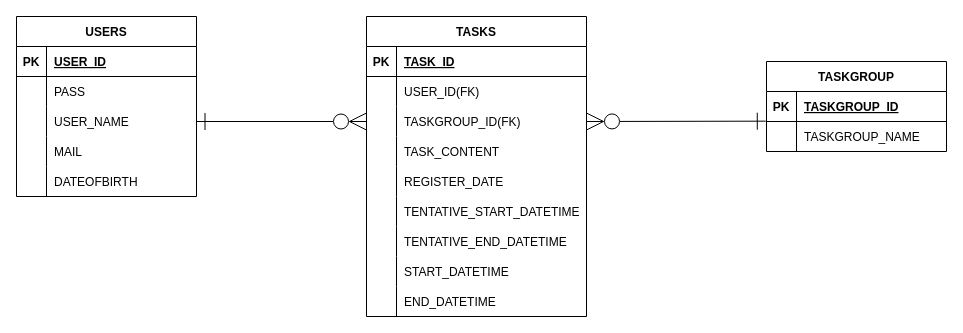
The draw.io diagram page "ER図" (1 of 4) of WorkOptimizer/02.仕様書等/UML(WorkOptimizer).drawio in kanna1226/seisaku03, before the edit. Source tidied: cells renumbered, new cells numbered last; positions are measured from the earlier drawing's top-left corner, leaving out a move shared by most shapes. Both pictures are drawn from the tidied source at 100%, with x=0, y=0 at pixel (16, 16).
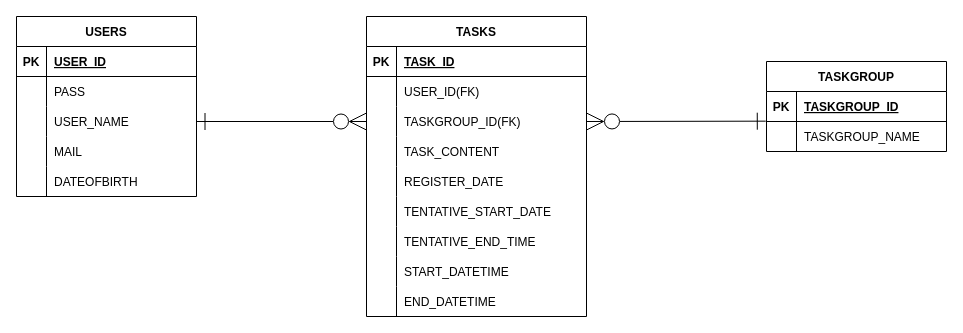
After the change.

The change refers to these unchanged cells:
```xml
<mxCell id="34" style="shape=tableRow;horizontal=0;startSize=0;swimlaneHead=0;swimlaneBody=0;fillColor=none;top=0;left=0;right=0;bottom=0;" parent="18" vertex="1">
  <mxGeometry y="180" width="220" height="30" as="geometry" />
</mxCell>
<mxCell id="37" style="shape=tableRow;horizontal=0;startSize=0;swimlaneHead=0;swimlaneBody=0;fillColor=none;top=0;left=0;right=0;bottom=0;" parent="18" vertex="1">
  <mxGeometry y="210" width="220" height="30" as="geometry" />
</mxCell>
```

Diff of the diagram source:
```diff
@@
-    <mxCell id="36" value="TENTATIVE_START_DATETIME" style="shape=partialRectangle;fillColor=none;top=0;left=0;bottom=0;right=0;align=left;spacingLeft=6;overflow=hidden;" parent="34" vertex="1">
+    <mxCell id="36" value="TENTATIVE_START_DATE" style="shape=partialRectangle;fillColor=none;top=0;left=0;bottom=0;right=0;align=left;spacingLeft=6;overflow=hidden;" parent="34" vertex="1">
       <mxGeometry x="30" width="190" height="30" as="geometry" />
     </mxCell>
@@
-    <mxCell id="39" value="TENTATIVE_END_DATETIME" style="shape=partialRectangle;fillColor=none;top=0;left=0;bottom=0;right=0;align=left;spacingLeft=6;overflow=hidden;" parent="37" vertex="1">
+    <mxCell id="39" value="TENTATIVE_END_TIME" style="shape=partialRectangle;fillColor=none;top=0;left=0;bottom=0;right=0;align=left;spacingLeft=6;overflow=hidden;" parent="37" vertex="1">
       <mxGeometry x="30" width="190" height="30" as="geometry" />
     </mxCell>
```
